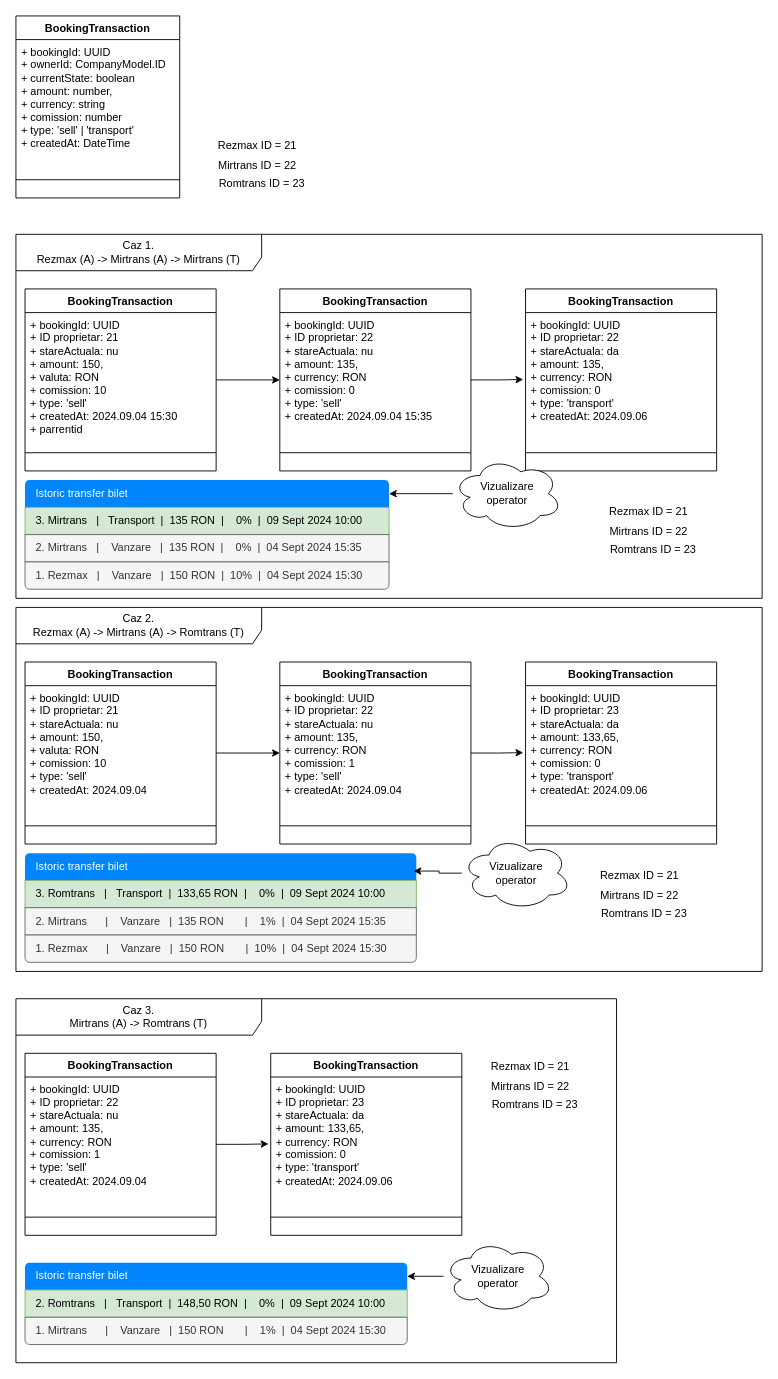
The draw.io diagram page "Booking flow" (3 of 3) of GBS/GBS_Booking_flow.drawio in maxCheptea/Diagrams, before the edit. Source tidied: cells renumbered, new cells numbered last; positions are measured from the earlier drawing's top-left corner, leaving out a move shared by most shapes. Both pictures are drawn from the tidied source at 91%, with x=0, y=0 at pixel (15, 15).
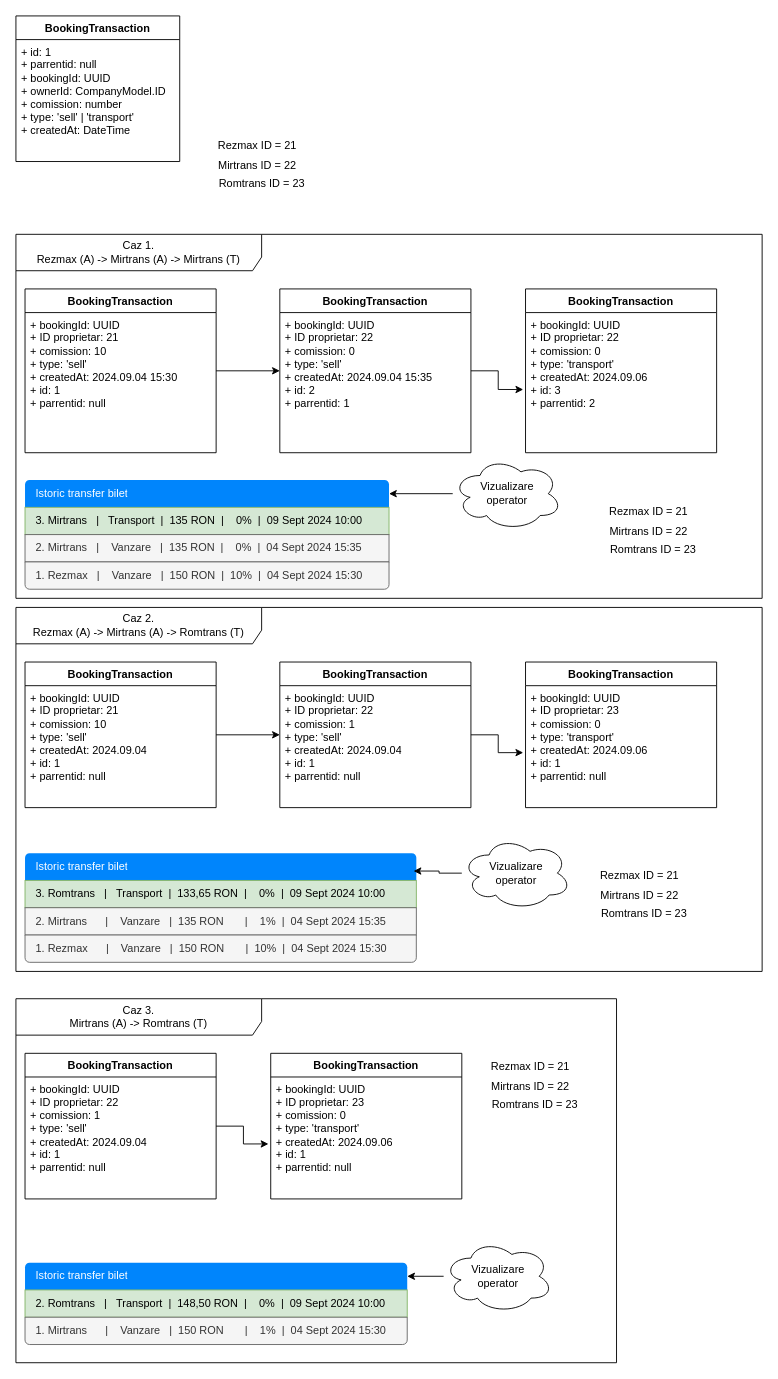
The same diagram, later.

The change refers to these unchanged cells:
```xml
<mxCell id="8" value="Caz 1.&lt;div&gt;Rezmax (A) -&amp;gt; Mirtrans (A) -&amp;gt; Mirtrans (T)&lt;/div&gt;" style="shape=umlFrame;whiteSpace=wrap;html=1;width=270;height=40;" parent="1" vertex="1">
  <mxGeometry y="240" width="820" height="400" as="geometry" />
</mxCell>
<mxCell id="24" value="Caz 2.&lt;div&gt;Rezmax (A) -&amp;gt; Mirtrans (A) -&amp;gt; Romtrans (T)&lt;/div&gt;" style="shape=umlFrame;whiteSpace=wrap;html=1;width=270;height=40;" parent="1" vertex="1">
  <mxGeometry y="650" width="820" height="400" as="geometry" />
</mxCell>
<mxCell id="40" value="Caz 3.&lt;div&gt;Mirtrans (A) -&amp;gt; Romtrans (T)&lt;/div&gt;" style="shape=umlFrame;whiteSpace=wrap;html=1;width=270;height=40;" parent="1" vertex="1">
  <mxGeometry y="1080" width="660" height="400" as="geometry" />
</mxCell>
```

Change to the diagram source:
```diff
@@
     <mxCell id="2" value="BookingTransaction&lt;div&gt;&lt;br&gt;&lt;/div&gt;" style="swimlane;fontStyle=1;align=center;verticalAlign=top;horizontal=1;startSize=26;whiteSpace=wrap;html=1;" parent="1" vertex="1">
-      <mxGeometry width="180" height="200" as="geometry" />
+      <mxGeometry width="180" height="160" as="geometry" />
     </mxCell>
-    <mxCell id="3" value="+ bookingId: UUID&lt;div&gt;+ ownerId: CompanyModel.ID&lt;/div&gt;&lt;div&gt;+ currentState: boolean&lt;/div&gt;&lt;div&gt;+ amount: number,&lt;/div&gt;&lt;div&gt;+ currency: string&lt;/div&gt;&lt;div&gt;+ comission: number&lt;/div&gt;&lt;div&gt;+ type: 'sell' | 'transport'&lt;br&gt;&lt;div&gt;+ createdAt: DateTime&lt;/div&gt;&lt;div&gt;&lt;br&gt;&lt;/div&gt;&lt;/div&gt;" style="text;strokeColor=none;fillColor=none;align=left;verticalAlign=top;spacingLeft=4;spacingRight=4;overflow=hidden;whiteSpace=wrap;html=1;" parent="2" vertex="1">
+    <mxCell id="3" value="&lt;div&gt;&lt;div&gt;+ id: 1&lt;/div&gt;&lt;div&gt;+ parrentid: null&lt;/div&gt;&lt;/div&gt;+ bookingId: UUID&lt;div&gt;+ ownerId: CompanyModel.ID&lt;/div&gt;&lt;div&gt;+ comission: number&lt;/div&gt;&lt;div&gt;+ type: 'sell' | 'transport'&lt;br&gt;&lt;div&gt;+ createdAt: DateTime&lt;/div&gt;&lt;div&gt;&lt;br&gt;&lt;/div&gt;&lt;/div&gt;" style="text;strokeColor=none;fillColor=none;align=left;verticalAlign=top;spacingLeft=4;spacingRight=4;overflow=hidden;whiteSpace=wrap;html=1;" parent="2" vertex="1">
       <mxGeometry y="26" width="180" height="134" as="geometry" />
     </mxCell>
-    <mxCell id="4" style="line;strokeWidth=1;fillColor=none;align=left;verticalAlign=middle;spacingTop=-1;spacingLeft=3;spacingRight=3;labelPosition=right;strokeColor=inherit;" parent="2" vertex="1">
-      <mxGeometry y="160" width="180" height="40" as="geometry" />
-    </mxCell>
@@
     <mxCell id="10" value="BookingTransaction&lt;div&gt;&lt;br&gt;&lt;/div&gt;" style="swimlane;fontStyle=1;align=center;verticalAlign=top;horizontal=1;startSize=26;whiteSpace=wrap;html=1;" parent="8" vertex="1">
-      <mxGeometry x="10" y="60" width="210" height="200" as="geometry" />
+      <mxGeometry x="10" y="60" width="210" height="180" as="geometry" />
     </mxCell>
-    <mxCell id="11" value="+ bookingId: UUID&lt;div&gt;+ ID proprietar: 21&lt;/div&gt;&lt;div&gt;+ stareActuala: nu&lt;/div&gt;&lt;div&gt;+ amount: 150,&lt;/div&gt;&lt;div&gt;+ valuta: RON&lt;/div&gt;&lt;div&gt;+ comission: 10&lt;/div&gt;&lt;div&gt;+ type: 'sell'&lt;br&gt;&lt;div&gt;+ createdAt: 2024.09.04 15:30&lt;/div&gt;&lt;div&gt;+ parrentid&lt;/div&gt;&lt;/div&gt;" style="text;strokeColor=none;fillColor=none;align=left;verticalAlign=top;spacingLeft=4;spacingRight=4;overflow=hidden;whiteSpace=wrap;html=1;" parent="10" vertex="1">
-      <mxGeometry y="26" width="210" height="134" as="geometry" />
+    <mxCell id="11" value="+ bookingId: UUID&lt;div&gt;+ ID proprietar: 21&lt;/div&gt;&lt;div&gt;&lt;span style=&quot;background-color: initial;&quot;&gt;+ comission: 10&lt;/span&gt;&lt;/div&gt;&lt;div&gt;+ type: 'sell'&lt;br&gt;&lt;div&gt;+ createdAt: 2024.09.04 15:30&lt;/div&gt;&lt;div&gt;+ id: 1&lt;/div&gt;&lt;div&gt;+ parrentid: null&lt;/div&gt;&lt;/div&gt;" style="text;strokeColor=none;fillColor=none;align=left;verticalAlign=top;spacingLeft=4;spacingRight=4;overflow=hidden;whiteSpace=wrap;html=1;" parent="10" vertex="1">
+      <mxGeometry y="26" width="210" height="154" as="geometry" />
     </mxCell>
-    <mxCell id="12" style="line;strokeWidth=1;fillColor=none;align=left;verticalAlign=middle;spacingTop=-1;spacingLeft=3;spacingRight=3;labelPosition=right;strokeColor=inherit;" parent="10" vertex="1">
-      <mxGeometry y="160" width="210" height="40" as="geometry" />
-    </mxCell>
@@
     <mxCell id="14" value="BookingTransaction&lt;div&gt;&lt;br&gt;&lt;/div&gt;" style="swimlane;fontStyle=1;align=center;verticalAlign=top;horizontal=1;startSize=26;whiteSpace=wrap;html=1;" parent="8" vertex="1">
-      <mxGeometry x="560" y="60" width="210" height="200" as="geometry" />
+      <mxGeometry x="560" y="60" width="210" height="180" as="geometry" />
     </mxCell>
-    <mxCell id="15" value="+ bookingId: UUID&lt;div&gt;+ ID proprietar: 22&lt;/div&gt;&lt;div&gt;+ stareActuala: da&lt;/div&gt;&lt;div&gt;+ amount: 135,&lt;/div&gt;&lt;div&gt;+ currency: RON&lt;/div&gt;&lt;div&gt;+ comission: 0&lt;/div&gt;&lt;div&gt;+ type: 'transport'&lt;br&gt;&lt;div&gt;+ createdAt: 2024.09.06&lt;/div&gt;&lt;div&gt;&lt;br&gt;&lt;/div&gt;&lt;/div&gt;" style="text;strokeColor=none;fillColor=none;align=left;verticalAlign=top;spacingLeft=4;spacingRight=4;overflow=hidden;points=[[0,0.5],[1,0.5]];portConstraint=eastwest;whiteSpace=wrap;html=1;" parent="14" vertex="1">
-      <mxGeometry y="26" width="210" height="134" as="geometry" />
+    <mxCell id="15" value="+ bookingId: UUID&lt;div&gt;+ ID proprietar: 22&lt;/div&gt;&lt;div&gt;&lt;span style=&quot;background-color: initial;&quot;&gt;+ comission: 0&lt;/span&gt;&lt;br&gt;&lt;/div&gt;&lt;div&gt;+ type: 'transport'&lt;br&gt;&lt;div&gt;+ createdAt: 2024.09.06&lt;/div&gt;&lt;div&gt;&lt;div&gt;+ id: 3&lt;/div&gt;&lt;div&gt;+ parrentid: 2&lt;/div&gt;&lt;/div&gt;&lt;/div&gt;" style="text;strokeColor=none;fillColor=none;align=left;verticalAlign=top;spacingLeft=4;spacingRight=4;overflow=hidden;points=[[0,0.5],[1,0.5]];portConstraint=eastwest;whiteSpace=wrap;html=1;" parent="14" vertex="1">
+      <mxGeometry y="26" width="210" height="154" as="geometry" />
     </mxCell>
-    <mxCell id="16" style="line;strokeWidth=1;fillColor=none;align=left;verticalAlign=middle;spacingTop=-1;spacingLeft=3;spacingRight=3;labelPosition=right;strokeColor=inherit;" parent="14" vertex="1">
-      <mxGeometry y="160" width="210" height="40" as="geometry" />
-    </mxCell>
     <mxCell id="17" value="BookingTransaction&lt;div&gt;&lt;br&gt;&lt;/div&gt;" style="swimlane;fontStyle=1;align=center;verticalAlign=top;horizontal=1;startSize=26;whiteSpace=wrap;html=1;" parent="8" vertex="1">
-      <mxGeometry x="290" y="60" width="210" height="200" as="geometry" />
+      <mxGeometry x="290" y="60" width="210" height="180" as="geometry" />
     </mxCell>
-    <mxCell id="18" value="+ bookingId: UUID&lt;div&gt;+ ID proprietar: 22&lt;/div&gt;&lt;div&gt;+ stareActuala: nu&lt;/div&gt;&lt;div&gt;+ amount: 135,&lt;/div&gt;&lt;div&gt;+ currency: RON&lt;/div&gt;&lt;div&gt;+ comission: 0&lt;/div&gt;&lt;div&gt;+ type: 'sell'&lt;br&gt;&lt;div&gt;+ createdAt: 2024.09.04 15:35&lt;/div&gt;&lt;div&gt;&lt;br&gt;&lt;/div&gt;&lt;/div&gt;" style="text;strokeColor=none;fillColor=none;align=left;verticalAlign=top;spacingLeft=4;spacingRight=4;overflow=hidden;whiteSpace=wrap;html=1;" parent="17" vertex="1">
-      <mxGeometry y="26" width="210" height="134" as="geometry" />
+    <mxCell id="18" value="+ bookingId: UUID&lt;div&gt;+ ID proprietar: 22&lt;/div&gt;&lt;div&gt;+ comission: 0&lt;/div&gt;&lt;div&gt;+ type: 'sell'&lt;br&gt;&lt;div&gt;+ createdAt: 2024.09.04 15:35&lt;/div&gt;&lt;div&gt;&lt;div&gt;+ id: 2&lt;/div&gt;&lt;div&gt;+ parrentid: 1&lt;/div&gt;&lt;/div&gt;&lt;/div&gt;" style="text;strokeColor=none;fillColor=none;align=left;verticalAlign=top;spacingLeft=4;spacingRight=4;overflow=hidden;whiteSpace=wrap;html=1;" parent="17" vertex="1">
+      <mxGeometry y="26" width="210" height="154" as="geometry" />
     </mxCell>
-    <mxCell id="19" style="line;strokeWidth=1;fillColor=none;align=left;verticalAlign=middle;spacingTop=-1;spacingLeft=3;spacingRight=3;labelPosition=right;strokeColor=inherit;" parent="17" vertex="1">
-      <mxGeometry y="160" width="210" height="40" as="geometry" />
-    </mxCell>
@@
     <mxCell id="26" value="BookingTransaction&lt;div&gt;&lt;br&gt;&lt;/div&gt;" style="swimlane;fontStyle=1;align=center;verticalAlign=top;horizontal=1;startSize=26;whiteSpace=wrap;html=1;" parent="24" vertex="1">
-      <mxGeometry x="10" y="60" width="210" height="200" as="geometry" />
+      <mxGeometry x="10" y="60" width="210" height="160" as="geometry" />
     </mxCell>
-    <mxCell id="27" value="+ bookingId: UUID&lt;div&gt;+ ID proprietar: 21&lt;/div&gt;&lt;div&gt;+ stareActuala: nu&lt;/div&gt;&lt;div&gt;+ amount: 150,&lt;/div&gt;&lt;div&gt;+ valuta: RON&lt;/div&gt;&lt;div&gt;+ comission: 10&lt;/div&gt;&lt;div&gt;+ type: 'sell'&lt;br&gt;&lt;div&gt;+ createdAt: 2024.09.04&lt;/div&gt;&lt;div&gt;&lt;br&gt;&lt;/div&gt;&lt;/div&gt;" style="text;strokeColor=none;fillColor=none;align=left;verticalAlign=top;spacingLeft=4;spacingRight=4;overflow=hidden;whiteSpace=wrap;html=1;" parent="26" vertex="1">
+    <mxCell id="27" value="+ bookingId: UUID&lt;div&gt;+ ID proprietar: 21&lt;/div&gt;&lt;div&gt;+ comission: 10&lt;/div&gt;&lt;div&gt;+ type: 'sell'&lt;br&gt;&lt;div&gt;+ createdAt: 2024.09.04&lt;/div&gt;&lt;div&gt;&lt;div&gt;+ id: 1&lt;/div&gt;&lt;div&gt;+ parrentid: null&lt;/div&gt;&lt;/div&gt;&lt;/div&gt;" style="text;strokeColor=none;fillColor=none;align=left;verticalAlign=top;spacingLeft=4;spacingRight=4;overflow=hidden;whiteSpace=wrap;html=1;" parent="26" vertex="1">
       <mxGeometry y="26" width="210" height="134" as="geometry" />
     </mxCell>
-    <mxCell id="28" style="line;strokeWidth=1;fillColor=none;align=left;verticalAlign=middle;spacingTop=-1;spacingLeft=3;spacingRight=3;labelPosition=right;strokeColor=inherit;" parent="26" vertex="1">
-      <mxGeometry y="160" width="210" height="40" as="geometry" />
-    </mxCell>
@@
     <mxCell id="30" value="BookingTransaction&lt;div&gt;&lt;br&gt;&lt;/div&gt;" style="swimlane;fontStyle=1;align=center;verticalAlign=top;horizontal=1;startSize=26;whiteSpace=wrap;html=1;" parent="24" vertex="1">
-      <mxGeometry x="560" y="60" width="210" height="200" as="geometry" />
+      <mxGeometry x="560" y="60" width="210" height="160" as="geometry" />
     </mxCell>
-    <mxCell id="31" value="+ bookingId: UUID&lt;div&gt;+ ID proprietar: 23&lt;/div&gt;&lt;div&gt;+ stareActuala: da&lt;/div&gt;&lt;div&gt;+ amount: 133,65,&lt;/div&gt;&lt;div&gt;+ currency: RON&lt;/div&gt;&lt;div&gt;+ comission: 0&lt;/div&gt;&lt;div&gt;+ type: 'transport'&lt;br&gt;&lt;div&gt;+ createdAt: 2024.09.06&lt;/div&gt;&lt;div&gt;&lt;br&gt;&lt;/div&gt;&lt;/div&gt;" style="text;strokeColor=none;fillColor=none;align=left;verticalAlign=top;spacingLeft=4;spacingRight=4;overflow=hidden;points=[[0,0.5],[1,0.5]];portConstraint=eastwest;whiteSpace=wrap;html=1;" parent="30" vertex="1">
+    <mxCell id="31" value="+ bookingId: UUID&lt;div&gt;+ ID proprietar: 23&lt;/div&gt;&lt;div&gt;+ comission: 0&lt;/div&gt;&lt;div&gt;+ type: 'transport'&lt;br&gt;&lt;div&gt;+ createdAt: 2024.09.06&lt;/div&gt;&lt;div&gt;&lt;div&gt;+ id: 1&lt;/div&gt;&lt;div&gt;+ parrentid: null&lt;/div&gt;&lt;/div&gt;&lt;/div&gt;" style="text;strokeColor=none;fillColor=none;align=left;verticalAlign=top;spacingLeft=4;spacingRight=4;overflow=hidden;points=[[0,0.5],[1,0.5]];portConstraint=eastwest;whiteSpace=wrap;html=1;" parent="30" vertex="1">
       <mxGeometry y="26" width="210" height="134" as="geometry" />
     </mxCell>
-    <mxCell id="32" style="line;strokeWidth=1;fillColor=none;align=left;verticalAlign=middle;spacingTop=-1;spacingLeft=3;spacingRight=3;labelPosition=right;strokeColor=inherit;" parent="30" vertex="1">
-      <mxGeometry y="160" width="210" height="40" as="geometry" />
-    </mxCell>
     <mxCell id="33" value="BookingTransaction&lt;div&gt;&lt;br&gt;&lt;/div&gt;" style="swimlane;fontStyle=1;align=center;verticalAlign=top;horizontal=1;startSize=26;whiteSpace=wrap;html=1;" parent="24" vertex="1">
-      <mxGeometry x="290" y="60" width="210" height="200" as="geometry" />
+      <mxGeometry x="290" y="60" width="210" height="160" as="geometry" />
     </mxCell>
-    <mxCell id="34" value="+ bookingId: UUID&lt;div&gt;+ ID proprietar: 22&lt;/div&gt;&lt;div&gt;+ stareActuala: nu&lt;/div&gt;&lt;div&gt;+ amount: 135,&lt;/div&gt;&lt;div&gt;+ currency: RON&lt;/div&gt;&lt;div&gt;+ comission: 1&lt;/div&gt;&lt;div&gt;+ type: 'sell'&lt;br&gt;&lt;div&gt;+ createdAt: 2024.09.04&lt;/div&gt;&lt;div&gt;&lt;br&gt;&lt;/div&gt;&lt;/div&gt;" style="text;strokeColor=none;fillColor=none;align=left;verticalAlign=top;spacingLeft=4;spacingRight=4;overflow=hidden;whiteSpace=wrap;html=1;" parent="33" vertex="1">
+    <mxCell id="34" value="+ bookingId: UUID&lt;div&gt;+ ID proprietar: 22&lt;/div&gt;&lt;div&gt;+ comission: 1&lt;/div&gt;&lt;div&gt;+ type: 'sell'&lt;br&gt;&lt;div&gt;+ createdAt: 2024.09.04&lt;/div&gt;&lt;div&gt;&lt;div&gt;+ id: 1&lt;/div&gt;&lt;div&gt;+ parrentid: null&lt;/div&gt;&lt;/div&gt;&lt;/div&gt;" style="text;strokeColor=none;fillColor=none;align=left;verticalAlign=top;spacingLeft=4;spacingRight=4;overflow=hidden;whiteSpace=wrap;html=1;" parent="33" vertex="1">
       <mxGeometry y="26" width="210" height="134" as="geometry" />
     </mxCell>
-    <mxCell id="35" style="line;strokeWidth=1;fillColor=none;align=left;verticalAlign=middle;spacingTop=-1;spacingLeft=3;spacingRight=3;labelPosition=right;strokeColor=inherit;" parent="33" vertex="1">
-      <mxGeometry y="160" width="210" height="40" as="geometry" />
-    </mxCell>
@@
     <mxCell id="42" value="BookingTransaction&lt;div&gt;&lt;br&gt;&lt;/div&gt;" style="swimlane;fontStyle=1;align=center;verticalAlign=top;horizontal=1;startSize=26;whiteSpace=wrap;html=1;" parent="40" vertex="1">
-      <mxGeometry x="280" y="60" width="210" height="200" as="geometry" />
+      <mxGeometry x="280" y="60" width="210" height="160" as="geometry" />
     </mxCell>
-    <mxCell id="43" value="+ bookingId: UUID&lt;div&gt;+ ID proprietar: 23&lt;/div&gt;&lt;div&gt;+ stareActuala: da&lt;/div&gt;&lt;div&gt;+ amount: 133,65,&lt;/div&gt;&lt;div&gt;+ currency: RON&lt;/div&gt;&lt;div&gt;+ comission: 0&lt;/div&gt;&lt;div&gt;+ type: 'transport'&lt;br&gt;&lt;div&gt;+ createdAt: 2024.09.06&lt;/div&gt;&lt;div&gt;&lt;br&gt;&lt;/div&gt;&lt;/div&gt;" style="text;strokeColor=none;fillColor=none;align=left;verticalAlign=top;spacingLeft=4;spacingRight=4;overflow=hidden;points=[[0,0.5],[1,0.5]];portConstraint=eastwest;whiteSpace=wrap;html=1;" parent="42" vertex="1">
+    <mxCell id="43" value="+ bookingId: UUID&lt;div&gt;+ ID proprietar: 23&lt;/div&gt;&lt;div&gt;&lt;span style=&quot;background-color: initial;&quot;&gt;+ comission: 0&lt;/span&gt;&lt;br&gt;&lt;/div&gt;&lt;div&gt;+ type: 'transport'&lt;br&gt;&lt;div&gt;+ createdAt: 2024.09.06&lt;/div&gt;&lt;div&gt;&lt;div&gt;+ id: 1&lt;/div&gt;&lt;div&gt;+ parrentid: null&lt;/div&gt;&lt;/div&gt;&lt;/div&gt;" style="text;strokeColor=none;fillColor=none;align=left;verticalAlign=top;spacingLeft=4;spacingRight=4;overflow=hidden;points=[[0,0.5],[1,0.5]];portConstraint=eastwest;whiteSpace=wrap;html=1;" parent="42" vertex="1">
       <mxGeometry y="26" width="210" height="134" as="geometry" />
     </mxCell>
-    <mxCell id="44" style="line;strokeWidth=1;fillColor=none;align=left;verticalAlign=middle;spacingTop=-1;spacingLeft=3;spacingRight=3;labelPosition=right;strokeColor=inherit;" parent="42" vertex="1">
-      <mxGeometry y="160" width="210" height="40" as="geometry" />
-    </mxCell>
     <mxCell id="45" value="BookingTransaction&lt;div&gt;&lt;br&gt;&lt;/div&gt;" style="swimlane;fontStyle=1;align=center;verticalAlign=top;horizontal=1;startSize=26;whiteSpace=wrap;html=1;" parent="40" vertex="1">
-      <mxGeometry x="10" y="60" width="210" height="200" as="geometry" />
+      <mxGeometry x="10" y="60" width="210" height="160" as="geometry" />
     </mxCell>
-    <mxCell id="46" value="+ bookingId: UUID&lt;div&gt;+ ID proprietar: 22&lt;/div&gt;&lt;div&gt;+ stareActuala: nu&lt;/div&gt;&lt;div&gt;+ amount: 135,&lt;/div&gt;&lt;div&gt;+ currency: RON&lt;/div&gt;&lt;div&gt;+ comission: 1&lt;/div&gt;&lt;div&gt;+ type: 'sell'&lt;br&gt;&lt;div&gt;+ createdAt: 2024.09.04&lt;/div&gt;&lt;div&gt;&lt;br&gt;&lt;/div&gt;&lt;/div&gt;" style="text;strokeColor=none;fillColor=none;align=left;verticalAlign=top;spacingLeft=4;spacingRight=4;overflow=hidden;whiteSpace=wrap;html=1;" parent="45" vertex="1">
+    <mxCell id="46" value="+ bookingId: UUID&lt;div&gt;+ ID proprietar: 22&lt;/div&gt;&lt;div&gt;&lt;span style=&quot;background-color: initial;&quot;&gt;+ comission: 1&lt;/span&gt;&lt;br&gt;&lt;/div&gt;&lt;div&gt;+ type: 'sell'&lt;br&gt;&lt;div&gt;+ createdAt: 2024.09.04&lt;/div&gt;&lt;div&gt;&lt;div&gt;+ id: 1&lt;/div&gt;&lt;div&gt;+ parrentid: null&lt;/div&gt;&lt;/div&gt;&lt;/div&gt;" style="text;strokeColor=none;fillColor=none;align=left;verticalAlign=top;spacingLeft=4;spacingRight=4;overflow=hidden;whiteSpace=wrap;html=1;" parent="45" vertex="1">
       <mxGeometry y="26" width="210" height="134" as="geometry" />
     </mxCell>
-    <mxCell id="47" style="line;strokeWidth=1;fillColor=none;align=left;verticalAlign=middle;spacingTop=-1;spacingLeft=3;spacingRight=3;labelPosition=right;strokeColor=inherit;" parent="45" vertex="1">
-      <mxGeometry y="160" width="210" height="40" as="geometry" />
-    </mxCell>
```
